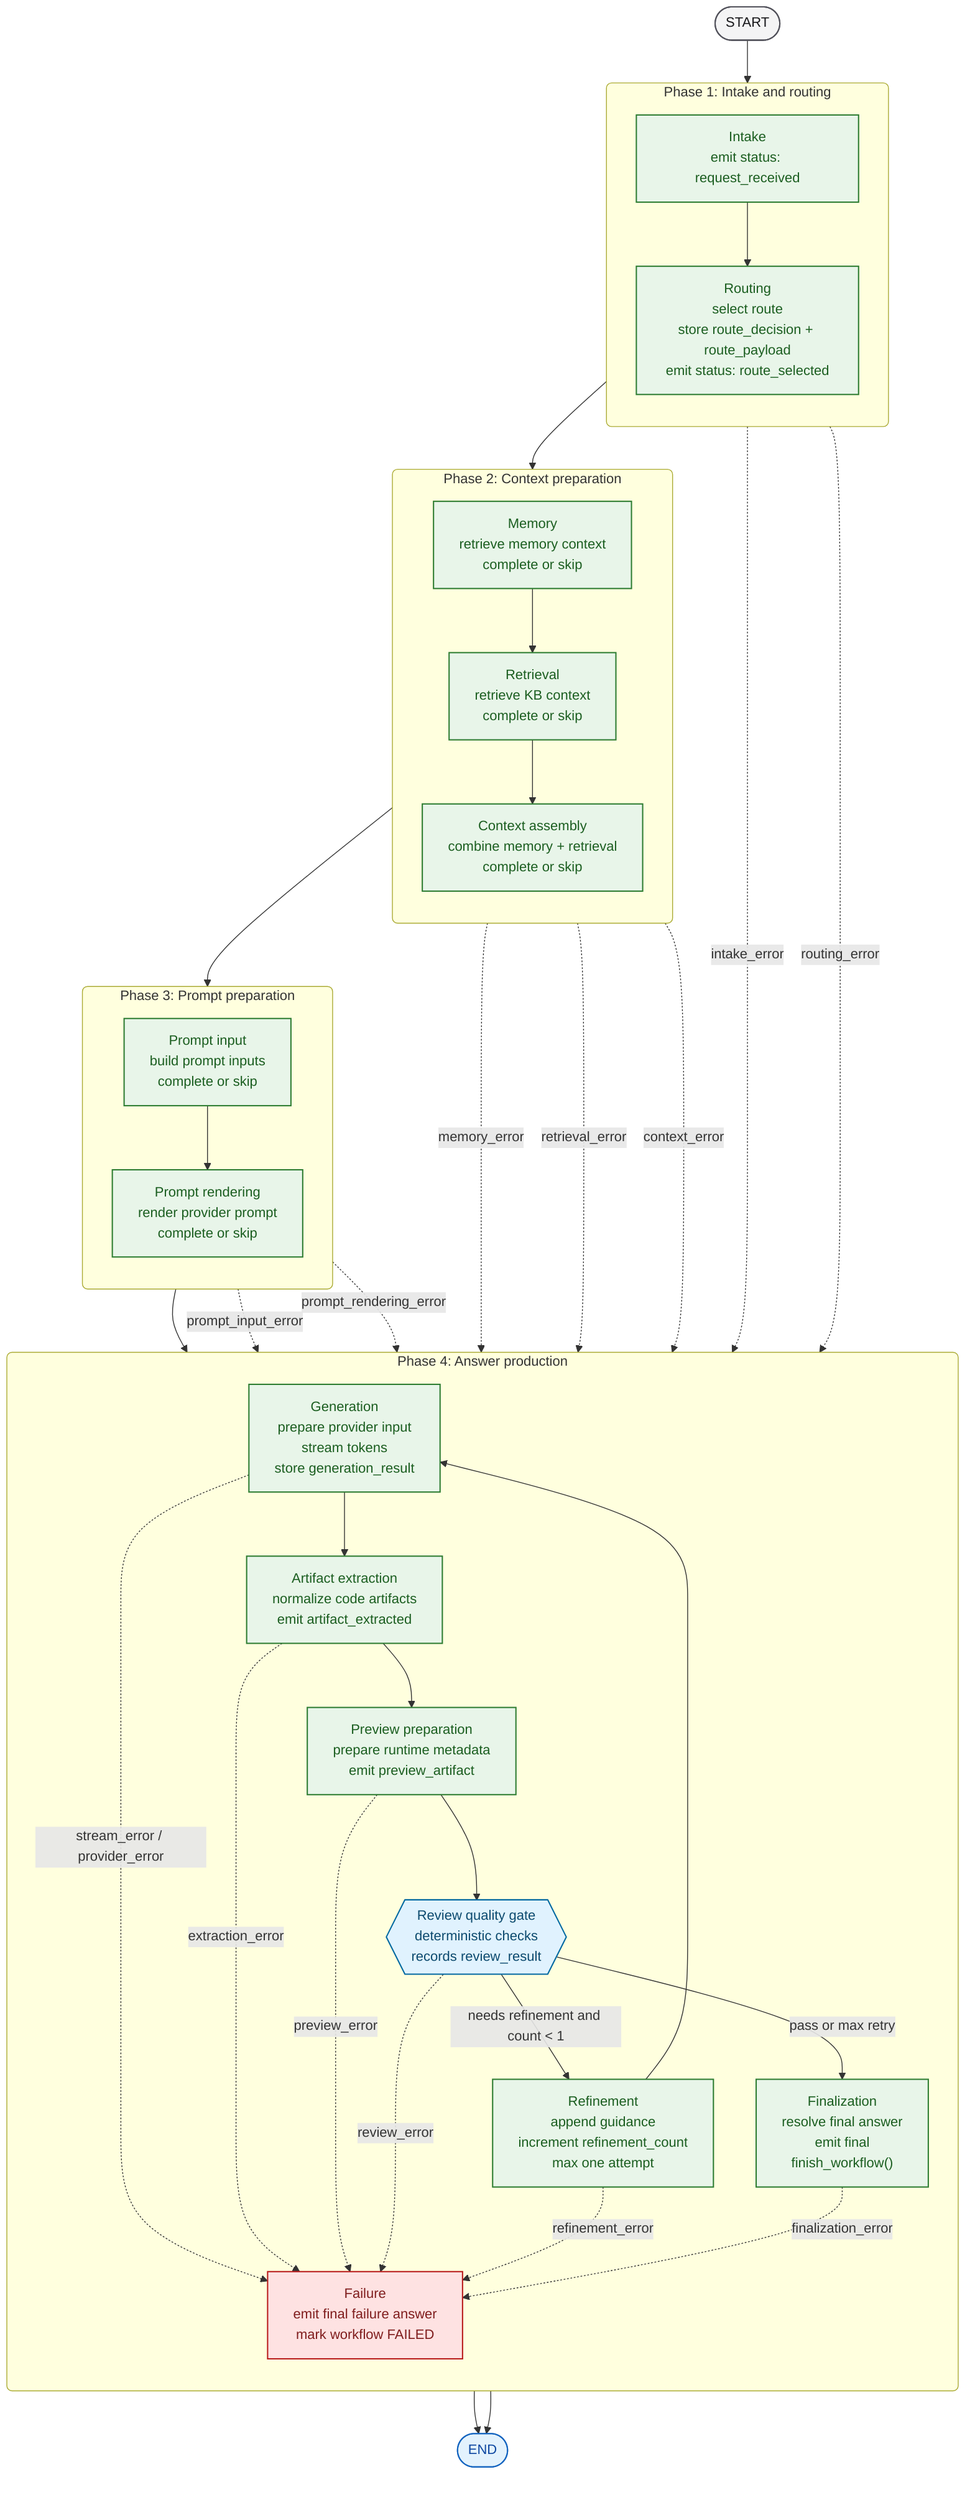
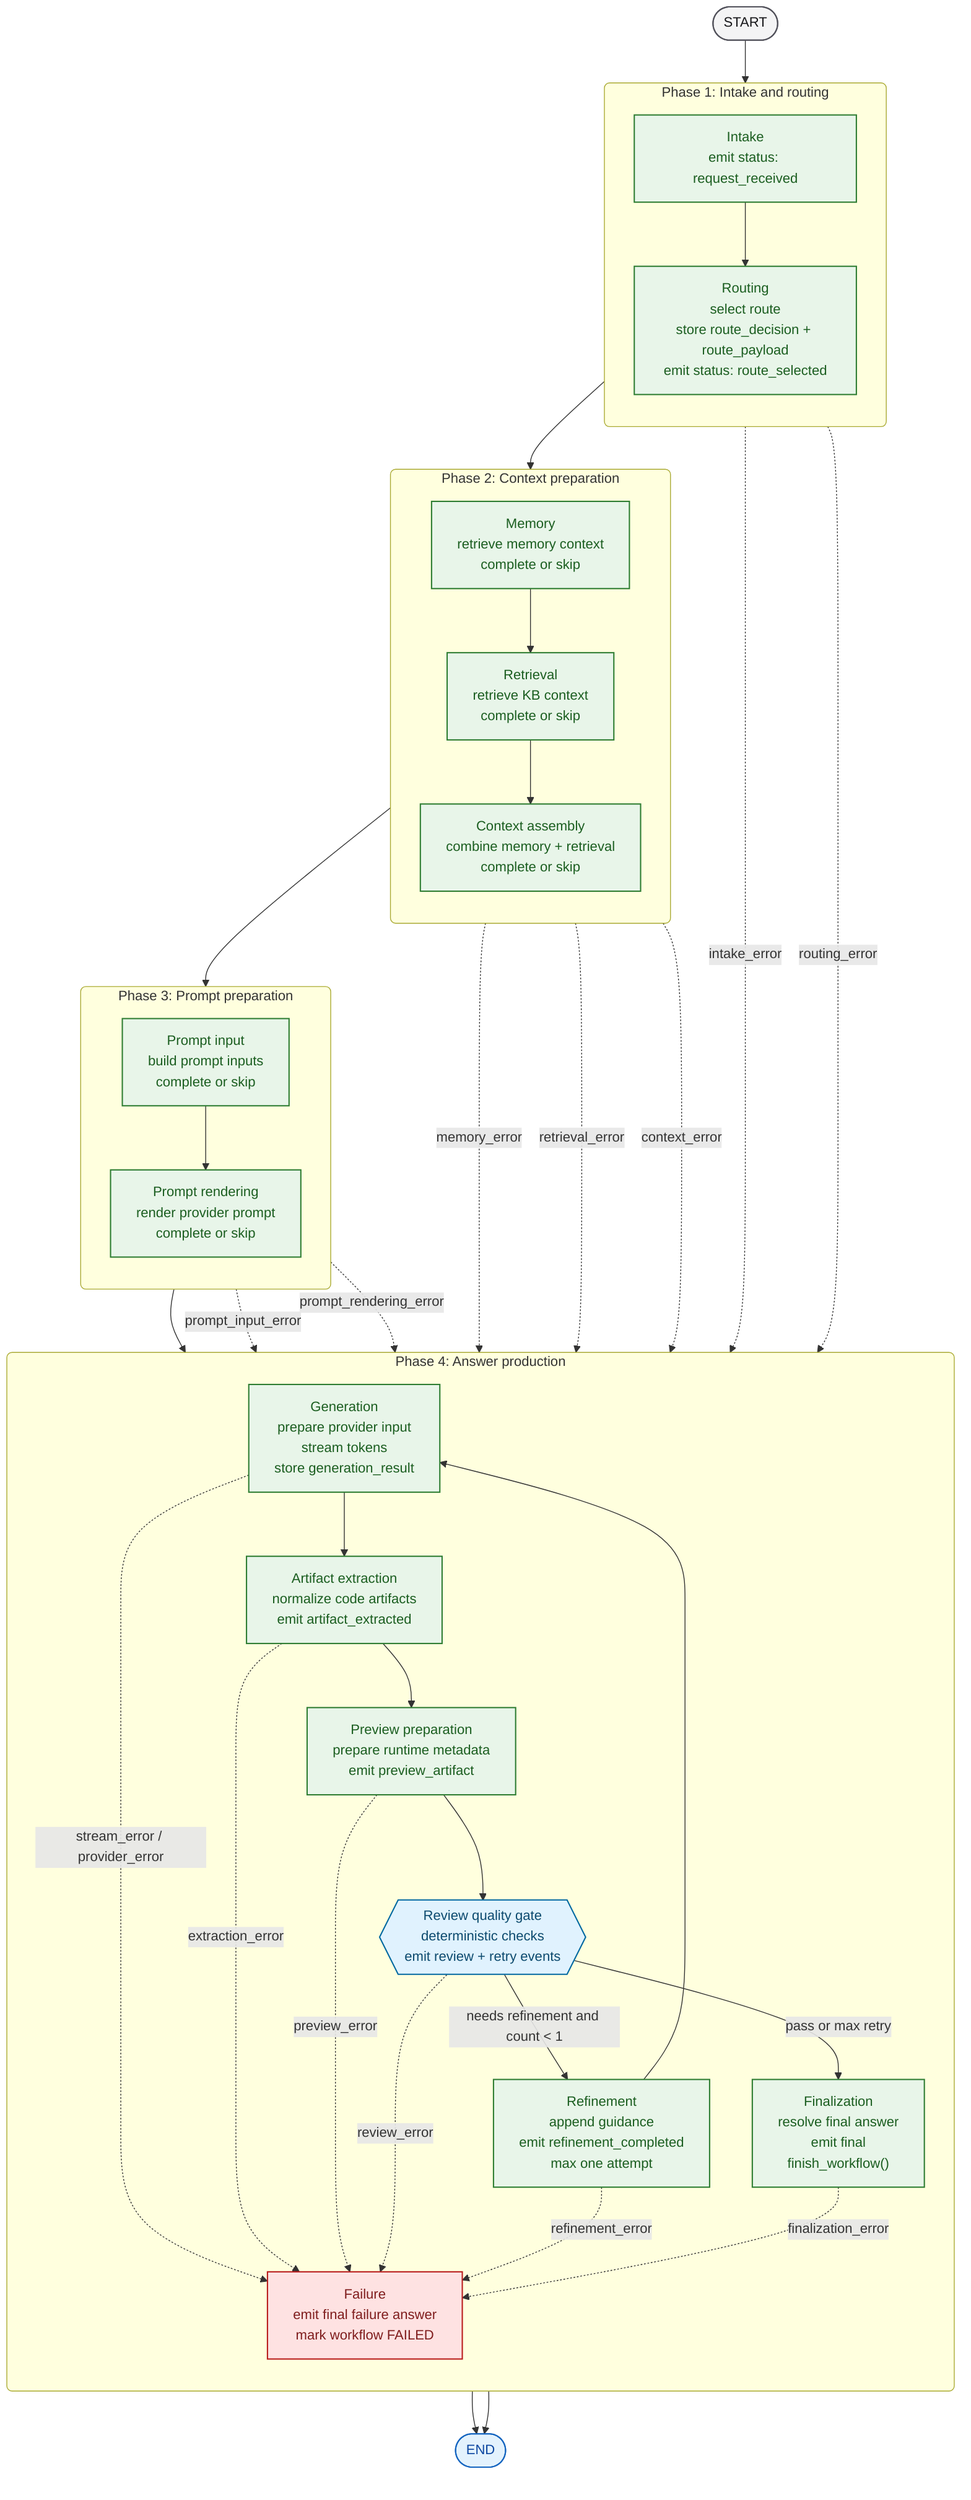
flowchart TB
    classDef boundary fill:#F4F4F5,stroke:#52525B,color:#18181B,stroke-width:1.5px;
    classDef implemented fill:#E8F5E9,stroke:#2E7D32,color:#1B5E20,stroke-width:1.5px;
    classDef gate fill:#E0F2FE,stroke:#0369A1,color:#0C4A6E,stroke-width:1.5px;
    classDef failure fill:#FEE2E2,stroke:#B91C1C,color:#7F1D1D,stroke-width:1.5px;
    classDef terminal fill:#E3F2FD,stroke:#1565C0,color:#0D47A1,stroke-width:1.5px;

    start([START])
    finish([END])

    subgraph phase_1["Phase 1: Intake and routing"]
        direction TB
        intake["Intake<br/>emit status: request_received"]
        routing["Routing<br/>select route<br/>store route_decision + route_payload<br/>emit status: route_selected"]
    end

    subgraph phase_2["Phase 2: Context preparation"]
        direction TB
        memory["Memory<br/>retrieve memory context<br/>complete or skip"]
        retrieval["Retrieval<br/>retrieve KB context<br/>complete or skip"]
        context_assembly["Context assembly<br/>combine memory + retrieval<br/>complete or skip"]
    end

    subgraph phase_3["Phase 3: Prompt preparation"]
        direction TB
        prompt_input["Prompt input<br/>build prompt inputs<br/>complete or skip"]
        prompt_rendering["Prompt rendering<br/>render provider prompt<br/>complete or skip"]
    end

    subgraph phase_4["Phase 4: Answer production"]
        direction TB
        generation["Generation<br/>prepare provider input<br/>stream tokens<br/>store generation_result"]
        artifact_extraction["Artifact extraction<br/>normalize code artifacts<br/>emit artifact_extracted"]
        preview_preparation["Preview preparation<br/>prepare runtime metadata<br/>emit preview_artifact"]
-         review{{"Review quality gate<br/>deterministic checks<br/>records review_result"}}
-         refinement["Refinement<br/>append guidance<br/>increment refinement_count<br/>max one attempt"]
+         review{{"Review quality gate<br/>deterministic checks<br/>emit review + retry events"}}
+         refinement["Refinement<br/>append guidance<br/>emit refinement_completed<br/>max one attempt"]
        finalization["Finalization<br/>resolve final answer<br/>emit final<br/>finish_workflow()"]
        failure["Failure<br/>emit final failure answer<br/>mark workflow FAILED"]
    end

    start --> intake --> routing --> memory --> retrieval --> context_assembly --> prompt_input --> prompt_rendering --> generation --> artifact_extraction --> preview_preparation --> review
    review -->|"pass or max retry"| finalization --> finish
    review -->|"needs refinement and count < 1"| refinement --> generation
    intake -. intake_error .-> failure
    routing -. routing_error .-> failure
    memory -. memory_error .-> failure
    retrieval -. retrieval_error .-> failure
    context_assembly -. context_error .-> failure
    prompt_input -. prompt_input_error .-> failure
    prompt_rendering -. prompt_rendering_error .-> failure
    generation -. stream_error / provider_error .-> failure
    artifact_extraction -. extraction_error .-> failure
    preview_preparation -. preview_error .-> failure
    review -. review_error .-> failure
    refinement -. refinement_error .-> failure
    finalization -. finalization_error .-> failure
    failure --> finish

    class start boundary
    class finish terminal
    class intake,routing,memory,retrieval,context_assembly,prompt_input,prompt_rendering,generation,artifact_extraction,preview_preparation,refinement,finalization implemented
    class review gate
    class failure failure
    style phase_1 rx:6px,ry:6px
    style phase_2 rx:6px,ry:6px
    style phase_3 rx:6px,ry:6px
    style phase_4 rx:6px,ry:6px
